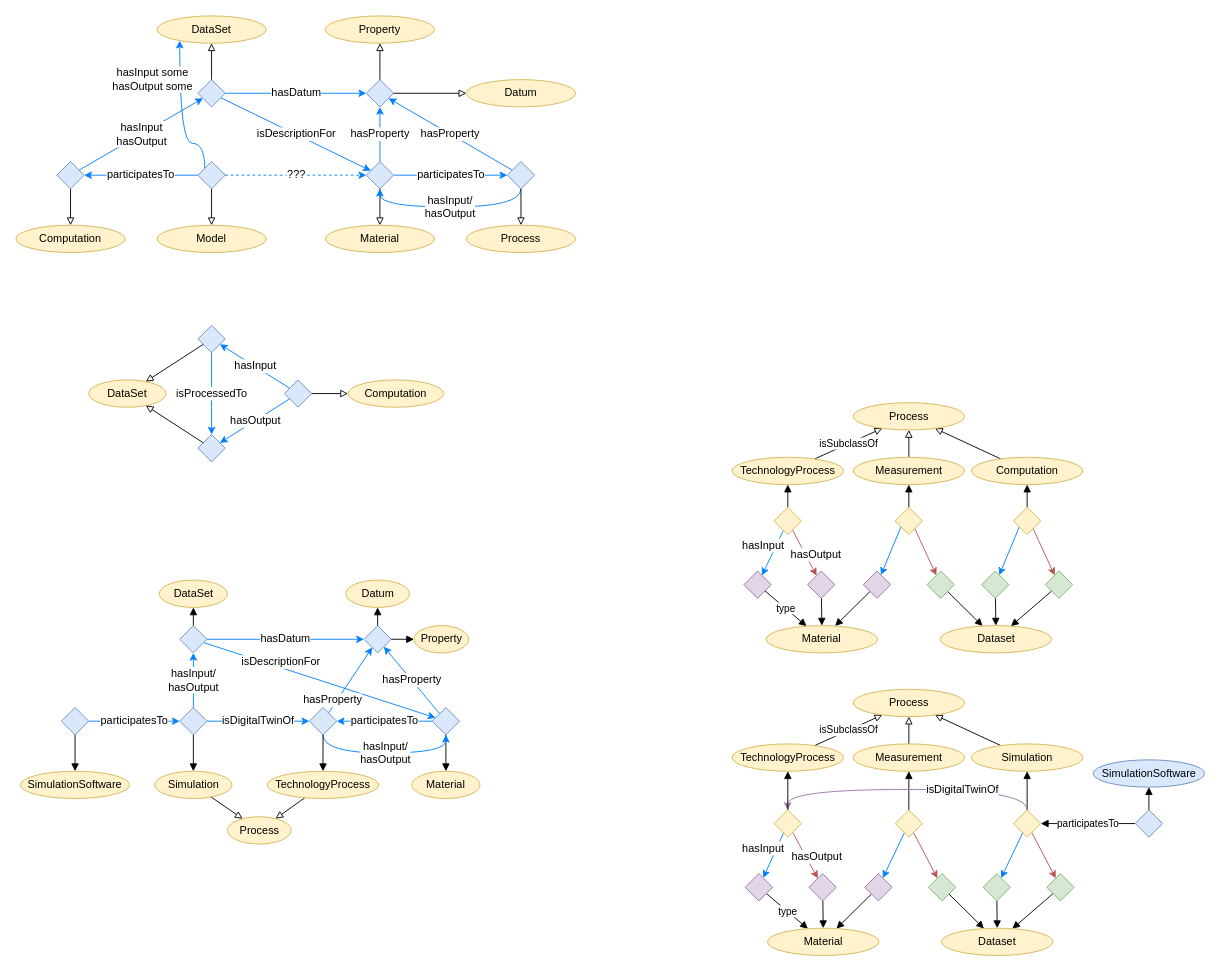
Before: page "Basic relations" (6 of 13) of docs/figs/dataset.drawio in EMMC-ASBL/tripper, a draw.io diagram. Source tidied: cells renumbered, new cells numbered last; positions are measured from the earlier drawing's top-left corner, leaving out a move shared by most shapes. Both pictures are drawn from the tidied source at 91%, with x=0, y=0 at pixel (15, 15).
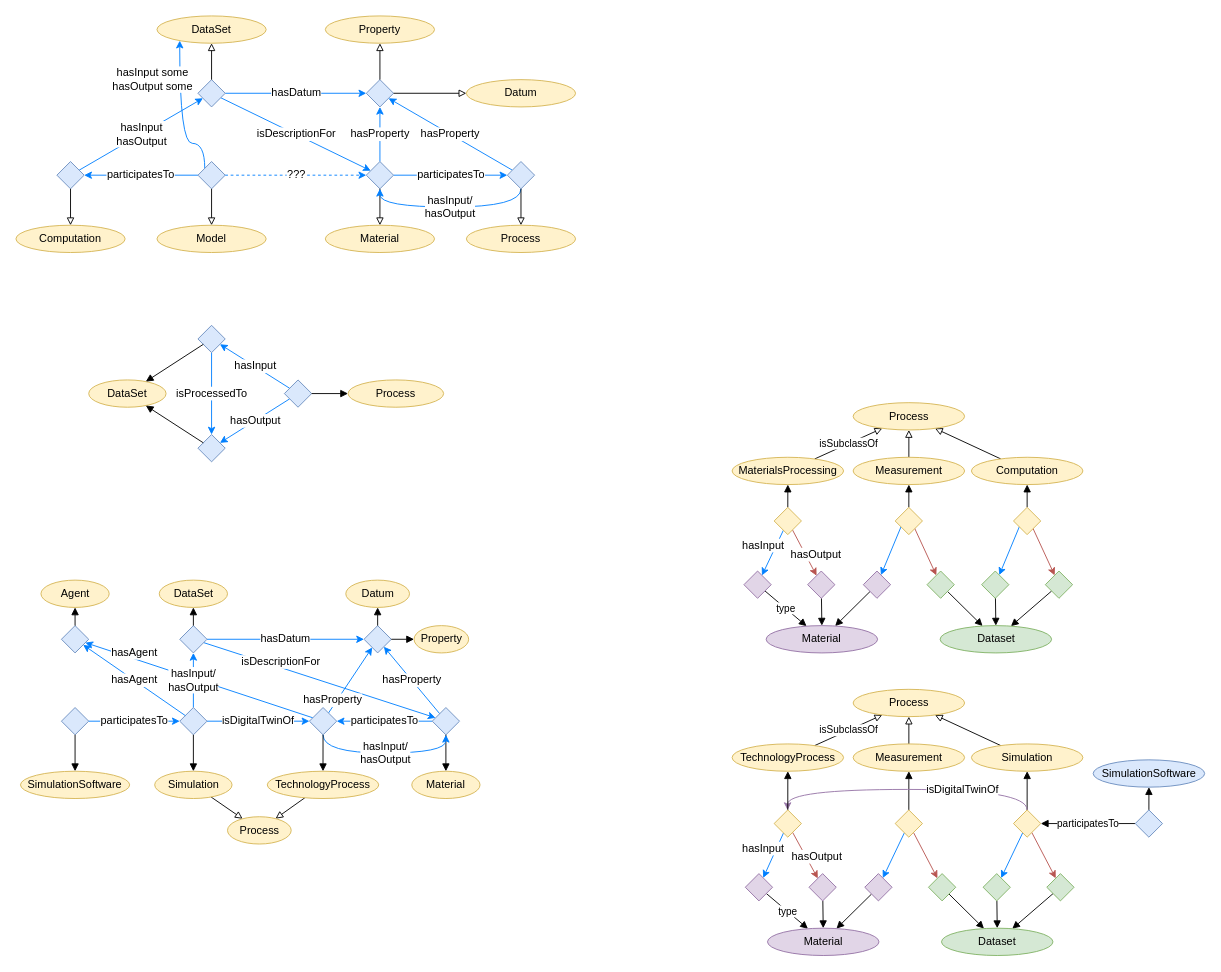
Above is the later version.

Unchanged cells that the change refers to:
```xml
<mxCell id="29" style="rhombus;whiteSpace=wrap;html=1;fontFamily=Helvetica;fontSize=11;labelBackgroundColor=default;fillColor=#dae8fc;strokeColor=#6c8ebf;" parent="1" vertex="1">
  <mxGeometry x="295" y="400" width="30" height="30" as="geometry" />
</mxCell>
<mxCell id="31" value="&lt;span style=&quot;font-weight: normal;&quot;&gt;DataSet&lt;/span&gt;" style="ellipse;whiteSpace=wrap;html=1;fillColor=#fff2cc;strokeColor=#d6b656;fontStyle=1;" parent="1" vertex="1">
  <mxGeometry x="80" y="400" width="85" height="30" as="geometry" />
</mxCell>
<mxCell id="33" style="rhombus;whiteSpace=wrap;html=1;fontFamily=Helvetica;fontSize=11;labelBackgroundColor=default;fillColor=#dae8fc;strokeColor=#6c8ebf;" parent="1" vertex="1">
  <mxGeometry x="200" y="340" width="30" height="30" as="geometry" />
</mxCell>
<mxCell id="35" style="rhombus;whiteSpace=wrap;html=1;fontFamily=Helvetica;fontSize=11;labelBackgroundColor=default;fillColor=#dae8fc;strokeColor=#6c8ebf;" parent="1" vertex="1">
  <mxGeometry x="200" y="460" width="30" height="30" as="geometry" />
</mxCell>
<mxCell id="61" style="rhombus;whiteSpace=wrap;html=1;fontFamily=Helvetica;fontSize=11;labelBackgroundColor=default;fillColor=#dae8fc;strokeColor=#6c8ebf;" parent="1" vertex="1">
  <mxGeometry x="180" y="760" width="30" height="30" as="geometry" />
</mxCell>
<mxCell id="70" style="rhombus;whiteSpace=wrap;html=1;fontFamily=Helvetica;fontSize=11;labelBackgroundColor=default;fillColor=#dae8fc;strokeColor=#6c8ebf;" parent="1" vertex="1">
  <mxGeometry x="322.5" y="760" width="30" height="30" as="geometry" />
</mxCell>
```

Change to the diagram source:
```diff
@@
+    <mxCell id="146" value="hasAgent" style="edgeStyle=none;shape=connector;rounded=0;jettySize=auto;html=1;strokeColor=#007FFF;align=center;verticalAlign=middle;fontFamily=Helvetica;fontSize=12;fontColor=default;labelBackgroundColor=default;endArrow=classic;endFill=1;fillColor=#dae8fc;" parent="1" edge="1" source="70" target="148">
+      <mxGeometry x="0.59" y="-6" relative="1" as="geometry" />
+    </mxCell>
@@
-    <mxCell id="26" value="&lt;span style=&quot;font-weight: normal;&quot;&gt;Computation&lt;/span&gt;" style="ellipse;whiteSpace=wrap;html=1;fillColor=#fff2cc;strokeColor=#d6b656;fontStyle=1;" parent="1" vertex="1">
+    <mxCell id="26" value="&lt;span style=&quot;font-weight: normal;&quot;&gt;Process&lt;/span&gt;" style="ellipse;whiteSpace=wrap;html=1;fillColor=#fff2cc;strokeColor=#d6b656;fontStyle=1;" parent="1" vertex="1">
       <mxGeometry x="365" y="400" width="105" height="30" as="geometry" />
     </mxCell>
@@
-    <mxCell id="30" style="rounded=0;jettySize=auto;html=1;endArrow=block;endFill=0;" parent="1" edge="1" source="29" target="26">
+    <mxCell id="30" style="rounded=0;jettySize=auto;html=1;endArrow=block;endFill=1;" parent="1" edge="1" source="29" target="26">
       <mxGeometry relative="1" as="geometry" />
     </mxCell>
@@
-    <mxCell id="34" style="rounded=0;jettySize=auto;html=1;endArrow=block;endFill=0;" parent="1" edge="1" source="33" target="31">
+    <mxCell id="34" style="rounded=0;jettySize=auto;html=1;endArrow=block;endFill=1;" parent="1" edge="1" source="33" target="31">
       <mxGeometry relative="1" as="geometry" />
     </mxCell>
@@
-    <mxCell id="36" style="rounded=0;jettySize=auto;html=1;endArrow=block;endFill=0;" parent="1" edge="1" source="35" target="31">
+    <mxCell id="36" style="rounded=0;jettySize=auto;html=1;endArrow=block;endFill=1;" parent="1" edge="1" source="35" target="31">
       <mxGeometry relative="1" as="geometry" />
     </mxCell>
@@
-    <mxCell id="78" value="&lt;span style=&quot;font-weight: normal;&quot;&gt;TechnologyProcess&lt;/span&gt;" style="ellipse;whiteSpace=wrap;html=1;fillColor=#fff2cc;strokeColor=#d6b656;fontStyle=1;" parent="1" vertex="1">
+    <mxCell id="78" value="&lt;span style=&quot;font-weight: normal;&quot;&gt;MaterialsProcessing&lt;/span&gt;" style="ellipse;whiteSpace=wrap;html=1;fillColor=#fff2cc;strokeColor=#d6b656;fontStyle=1;" parent="1" vertex="1">
       <mxGeometry x="787" y="485" width="122.5" height="30" as="geometry" />
     </mxCell>
@@
-    <mxCell id="100" value="&lt;span style=&quot;font-weight: 400;&quot;&gt;Material&lt;/span&gt;" style="ellipse;whiteSpace=wrap;html=1;fillColor=#fff2cc;strokeColor=#d6b656;fontStyle=1;" parent="1" vertex="1">
+    <mxCell id="100" value="&lt;span style=&quot;font-weight: 400;&quot;&gt;Material&lt;/span&gt;" style="ellipse;whiteSpace=wrap;html=1;fillColor=#e1d5e7;strokeColor=#9673a6;fontStyle=1;" parent="1" vertex="1">
       <mxGeometry x="824.4" y="670" width="122.5" height="30" as="geometry" />
     </mxCell>
-    <mxCell id="101" value="&lt;span style=&quot;font-weight: 400;&quot;&gt;Dataset&lt;/span&gt;" style="ellipse;whiteSpace=wrap;html=1;fillColor=#fff2cc;strokeColor=#d6b656;fontStyle=1;" parent="1" vertex="1">
+    <mxCell id="101" value="&lt;span style=&quot;font-weight: 400;&quot;&gt;Dataset&lt;/span&gt;" style="ellipse;whiteSpace=wrap;html=1;fillColor=#d5e8d4;strokeColor=#82b366;fontStyle=1;" parent="1" vertex="1">
       <mxGeometry x="1015.6" y="670" width="122.5" height="30" as="geometry" />
     </mxCell>
@@
-    <mxCell id="133" value="&lt;span style=&quot;font-weight: 400;&quot;&gt;Material&lt;/span&gt;" style="ellipse;whiteSpace=wrap;html=1;fillColor=#fff2cc;strokeColor=#d6b656;fontStyle=1;" parent="1" vertex="1">
+    <mxCell id="133" value="&lt;span style=&quot;font-weight: 400;&quot;&gt;Material&lt;/span&gt;" style="ellipse;whiteSpace=wrap;html=1;fillColor=#e1d5e7;strokeColor=#9673a6;fontStyle=1;" parent="1" vertex="1">
       <mxGeometry x="825.9" y="1002.5" width="122.5" height="30" as="geometry" />
     </mxCell>
-    <mxCell id="134" value="&lt;span style=&quot;font-weight: 400;&quot;&gt;Dataset&lt;/span&gt;" style="ellipse;whiteSpace=wrap;html=1;fillColor=#fff2cc;strokeColor=#d6b656;fontStyle=1;" parent="1" vertex="1">
+    <mxCell id="134" value="&lt;span style=&quot;font-weight: 400;&quot;&gt;Dataset&lt;/span&gt;" style="ellipse;whiteSpace=wrap;html=1;fillColor=#d5e8d4;strokeColor=#82b366;fontStyle=1;" parent="1" vertex="1">
       <mxGeometry x="1017.1" y="1002.5" width="122.5" height="30" as="geometry" />
     </mxCell>
@@
+    <mxCell id="147" value="Agent" style="ellipse;whiteSpace=wrap;html=1;fillColor=#fff2cc;strokeColor=#d6b656;" parent="1" vertex="1">
+      <mxGeometry x="27.5" y="620" width="75" height="30" as="geometry" />
+    </mxCell>
+    <mxCell id="148" style="rhombus;whiteSpace=wrap;html=1;fontFamily=Helvetica;fontSize=11;labelBackgroundColor=default;fillColor=#dae8fc;strokeColor=#6c8ebf;" parent="1" vertex="1">
+      <mxGeometry x="50" y="670" width="30" height="30" as="geometry" />
+    </mxCell>
+    <mxCell id="149" style="rounded=0;jettySize=auto;html=1;endArrow=block;endFill=1;" parent="1" edge="1" source="148" target="147">
+      <mxGeometry relative="1" as="geometry" />
+    </mxCell>
+    <mxCell id="150" value="hasAgent" style="edgeStyle=none;shape=connector;rounded=0;jettySize=auto;html=1;strokeColor=#007FFF;align=center;verticalAlign=middle;fontFamily=Helvetica;fontSize=12;fontColor=default;labelBackgroundColor=default;endArrow=classic;endFill=1;fillColor=#dae8fc;" parent="1" edge="1" source="61" target="148">
+      <mxGeometry relative="1" as="geometry" />
+    </mxCell>
```
